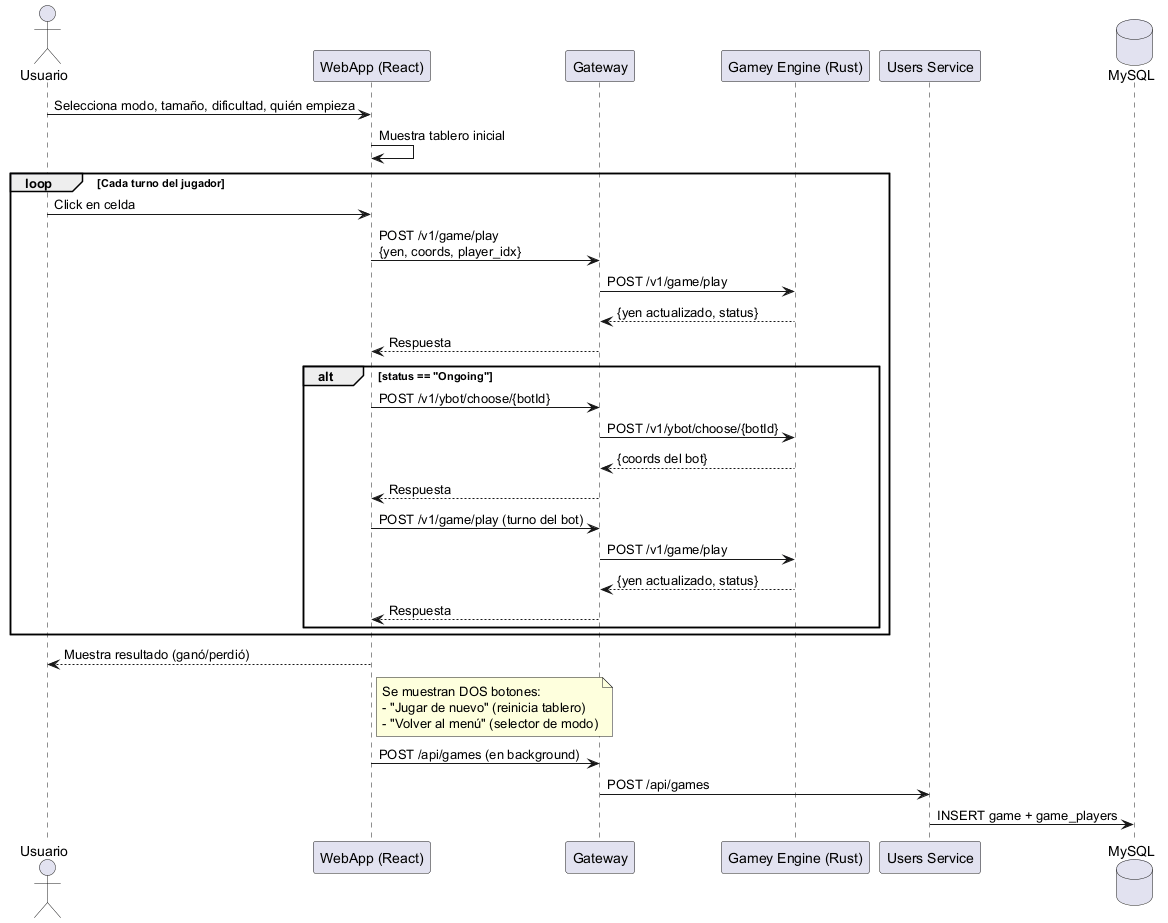
Before: images/Partida vs Bot.png, a diagram exported from PlantUML (Arquisoft/yovi_es4c).
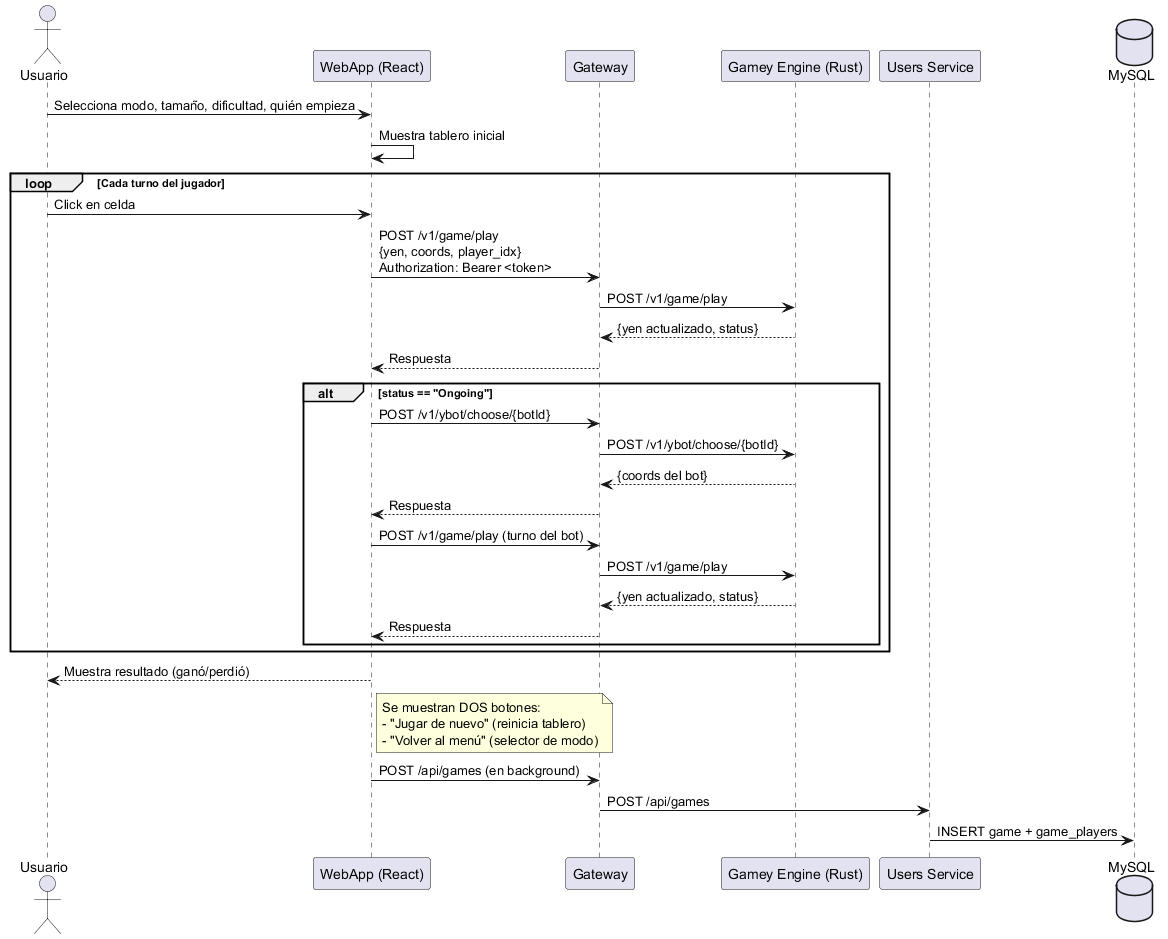
The same file after the commit.

Change to the diagram source:
```diff
@@ -11,7 +11,7 @@
 
 loop Cada turno del jugador
   Usuario -> WebApp: Click en celda
-  WebApp -> GW: POST /v1/game/play\n{yen, coords, player_idx}
+  WebApp -> GW: POST /v1/game/play\n{yen, coords, player_idx}\nAuthorization: Bearer <token>
   GW -> Gamey: POST /v1/game/play
   Gamey --> GW: {yen actualizado, status}
   GW --> WebApp: Respuesta
```
